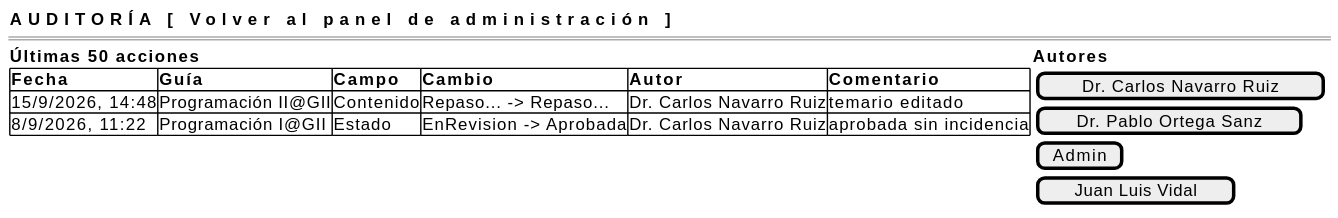
This is images/RUP/01-requisitos/03-detalle-casos-uso/consultarHistorialCambios/wireframe.svg from mmasias/pyCeldaPublico, a PlantUML export, as it was before one commit.
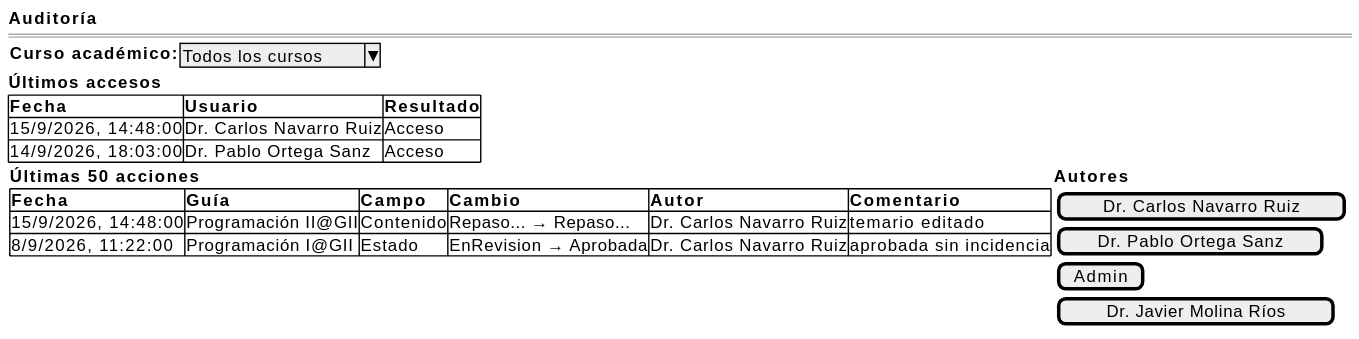
The same diagram one commit later.

The edit, as a diff of the source:
```diff
@@ -1,18 +1,25 @@
 @startsalt consultarHistorialCambios-wireframe
 {
-    { <b>AUDITORÍA                                    [ Volver al panel de administración ] }
+    <b>Auditoría</b>
     ====
+    { <b>Curso académico:</b> | ^Todos los cursos^ }
+    <b>Últimos accesos</b>
+    {#
+        <b>Fecha | <b>Usuario | <b>Resultado
+        15/9/2026, 14:48:00 | Dr. Carlos Navarro Ruiz | Acceso
+        14/9/2026, 18:03:00 | Dr. Pablo Ortega Sanz | Acceso
+    }
     {
     <b>Últimas 50 acciones | <b>Autores
     {#
         <b>Fecha | <b>Guía | <b>Campo | <b>Cambio | <b>Autor | <b>Comentario
-        15/9/2026, 14:48 | Programación II@GII | Contenido | Repaso... -> Repaso... | Dr. Carlos Navarro Ruiz | temario editado
-        8/9/2026, 11:22 | Programación I@GII | Estado | EnRevision -> Aprobada | Dr. Carlos Navarro Ruiz | aprobada sin incidencia
+        15/9/2026, 14:48:00 | Programación II@GII | Contenido | Repaso... → Repaso... | Dr. Carlos Navarro Ruiz | temario editado
+        8/9/2026, 11:22:00 | Programación I@GII | Estado | EnRevision → Aprobada | Dr. Carlos Navarro Ruiz | aprobada sin incidencia
     } | {
         [ Dr. Carlos Navarro Ruiz ]
         [ Dr. Pablo Ortega Sanz ]
         [ Admin ]
-        [ Juan Luis Vidal ]
+        [ Dr. Javier Molina Ríos ]
     }
     }
 }
```
